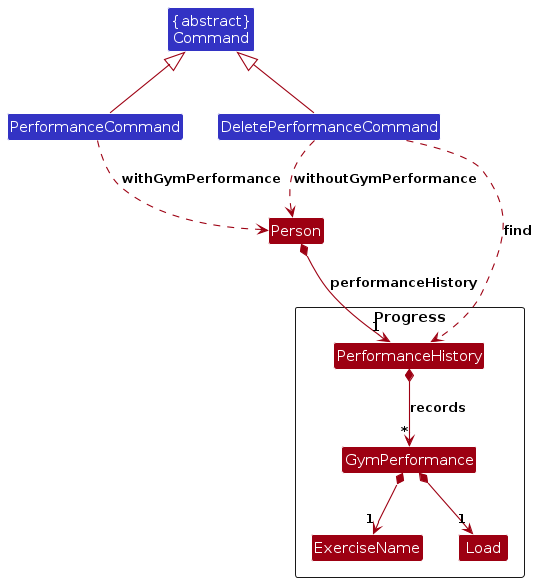
Before: diagrams/PerformanceModelClassDiagram.png, a diagram exported from PlantUML (AY2627S1-CS2103T-F14a-2/tp). Its source is kept beside it as diagrams/PerformanceModelClassDiagram.puml.
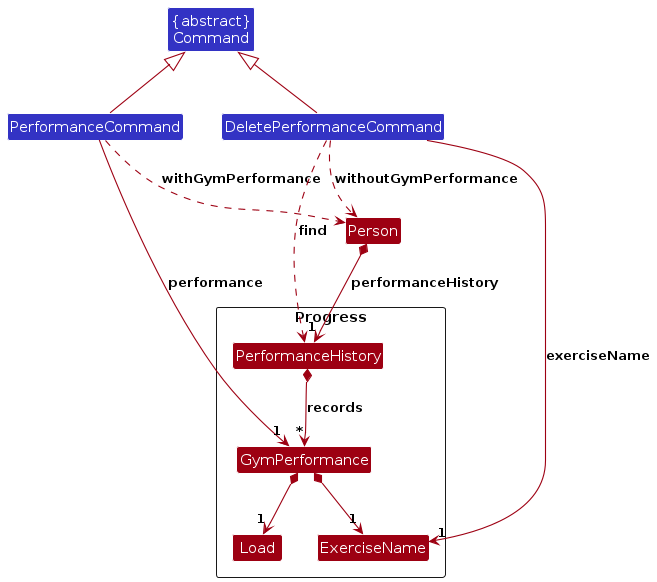
After the commit.

Diff of the diagram source:
```diff
@@ -23,6 +23,8 @@
 
 PerformanceCommand -up-|> Command
 DeletePerformanceCommand -up-|> Command
+PerformanceCommand --> "1" GymPerformance : performance
+DeletePerformanceCommand --> "1" ExerciseName : exerciseName
 PerformanceCommand ..> Person : withGymPerformance
 DeletePerformanceCommand ..> Person : withoutGymPerformance
 DeletePerformanceCommand ..> PerformanceHistory : find
```
